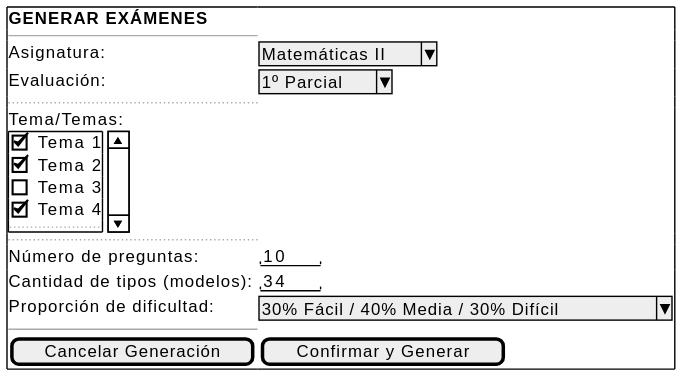
martinlopez7/25-26-IdSw1-SdR keeps this PlantUML diagram as documents/casos-de-uso/prototipadoCasosDeUso/generarExamenes/generarExamenesConfirmacion.svg. Above is the earlier version. Its diagram source:
```plantuml
@startsalt
{+
  <b>GENERAR EXÁMENES</b>
  --
  Asignatura: | ^Matemáticas II^
  Evaluación: | ^1º Parcial^
  ..

  Tema/Temas:
  {SI
    [X] Tema 1
    [X] Tema 2
    [ ] Tema 3
    [X] Tema 4
    ...
  }

  ..
  Número de preguntas:       | "10   "
  Cantidad de tipos (modelos): | "34   "
  Proporción de dificultad:    | ^30% Fácil / 40% Media / 30% Difícil^

  --

  [ Cancelar Generación ] | [ Confirmar y Generar ]
}
@endsalt
```
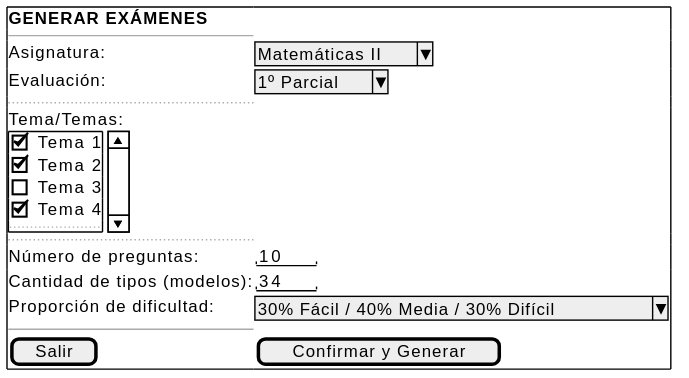
Later version of the same file.

What changed in the source:
```diff
@@ -22,6 +22,6 @@
 
   --
 
-  [ Cancelar Generación ] | [ Confirmar y Generar ]
+  [ Salir ] | [ Confirmar y Generar ]
 }
 @endsalt
```
